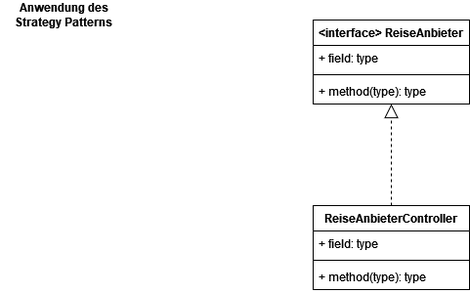
Before: src/org/hbrs/se1/ws22/uebung9/Uebung9-1.drawio.png, a diagram exported from draw.io (fitnesstino/WS22-SE1). Source tidied: cells renumbered, new cells last; positions are measured from the earlier drawing's top-left corner, leaving out a move shared by most shapes.
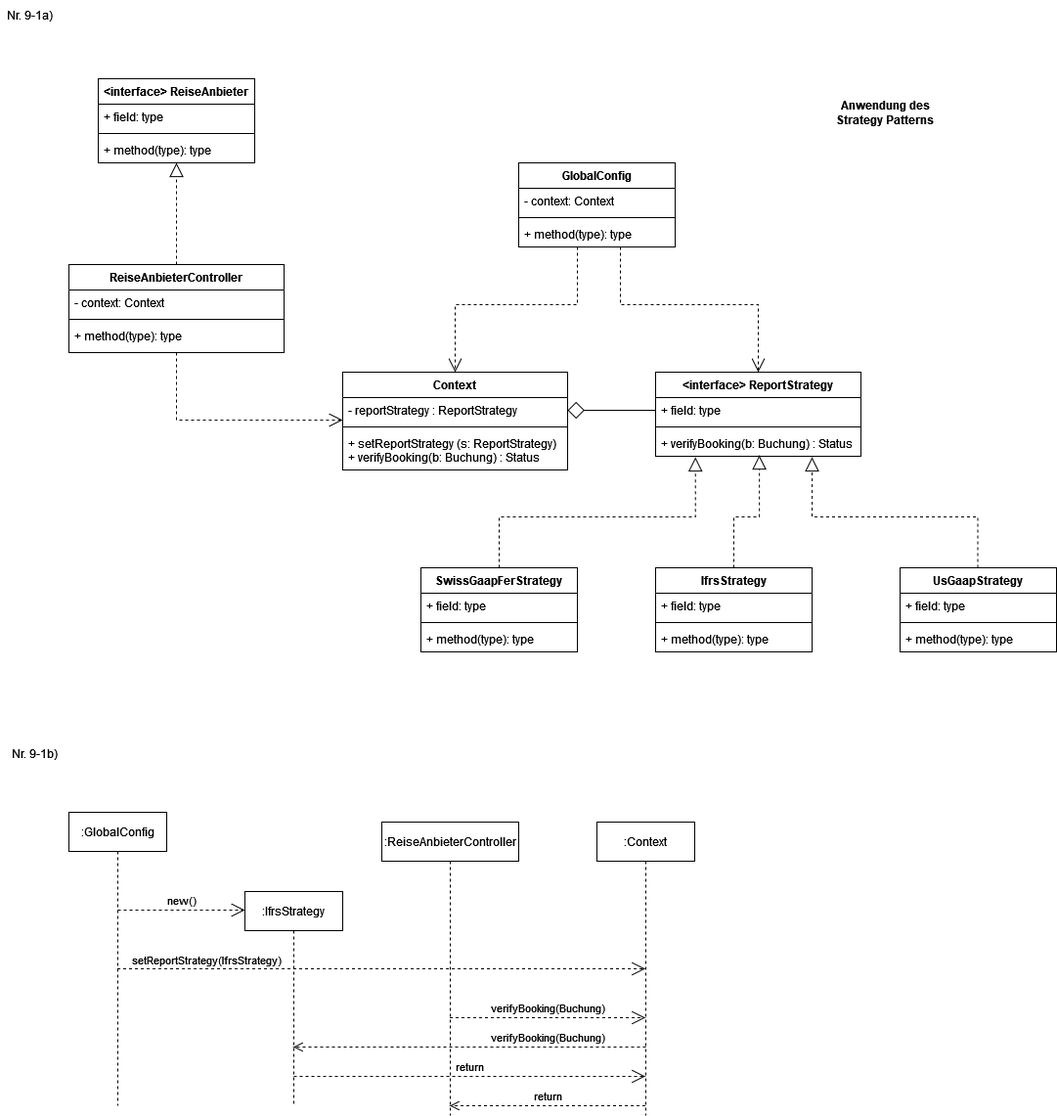
The same file after the commit.

What changed in the source:
```diff
@@ -3,10 +3,10 @@
     <mxCell id="0" />
     <mxCell id="1" parent="0" />
     <mxCell id="2" value="Anwendung des Strategy Patterns" style="text;html=1;strokeColor=none;fillColor=none;align=center;verticalAlign=middle;whiteSpace=wrap;rounded=0;fontStyle=1;" parent="1" vertex="1">
-      <mxGeometry width="130" height="30" as="geometry" />
+      <mxGeometry x="810" y="50" width="130" height="30" as="geometry" />
     </mxCell>
     <mxCell id="3" value="&lt;interface&gt; ReiseAnbieter" style="swimlane;fontStyle=1;align=center;verticalAlign=top;horizontal=1;startSize=26;" parent="1" vertex="1">
-      <mxGeometry x="320" y="20" width="160" height="86" as="geometry" />
+      <mxGeometry x="70" y="30" width="160" height="86" as="geometry" />
     </mxCell>
     <mxCell id="4" value="+ field: type" style="text;strokeColor=none;fillColor=none;align=left;verticalAlign=top;spacingLeft=4;spacingRight=4;overflow=hidden;" parent="3" vertex="1">
       <mxGeometry y="26" width="160" height="26" as="geometry" />
@@ -17,20 +17,190 @@
     <mxCell id="6" value="+ method(type): type" style="text;strokeColor=none;fillColor=none;align=left;verticalAlign=top;spacingLeft=4;spacingRight=4;overflow=hidden;" parent="3" vertex="1">
       <mxGeometry y="60" width="160" height="26" as="geometry" />
     </mxCell>
-    <mxCell id="7" style="edgeStyle=orthogonalEdgeStyle;rounded=0;jettySize=auto;html=1;entryX=0.5;entryY=1;entryDx=0;entryDy=0;dashed=1;endArrow=block;endFill=0;endSize=12;" parent="1" edge="1" source="8" target="3">
-      <mxGeometry relative="1" as="geometry" />
+    <mxCell id="7" style="edgeStyle=orthogonalEdgeStyle;rounded=0;jettySize=auto;html=1;entryX=0.5;entryY=1;entryDx=0;entryDy=0;dashed=1;endArrow=block;endFill=0;endSize=12;" parent="1" edge="1" target="3">
+      <mxGeometry relative="1" as="geometry">
+        <mxPoint x="150" y="220" as="sourcePoint" />
+      </mxGeometry>
     </mxCell>
-    <mxCell id="8" value="ReiseAnbieterController" style="swimlane;fontStyle=1;align=center;verticalAlign=top;horizontal=1;startSize=26;" parent="1" vertex="1">
-      <mxGeometry x="320" y="210" width="160" height="86" as="geometry" />
+    <mxCell id="8" value="Context" style="swimlane;fontStyle=1;align=center;verticalAlign=top;horizontal=1;startSize=26;" parent="1" vertex="1">
+      <mxGeometry x="320" y="330" width="230" height="100" as="geometry" />
     </mxCell>
-    <mxCell id="9" value="+ field: type" style="text;strokeColor=none;fillColor=none;align=left;verticalAlign=top;spacingLeft=4;spacingRight=4;overflow=hidden;points=[[0,0.5],[1,0.5]];portConstraint=eastwest;" parent="8" vertex="1">
-      <mxGeometry y="26" width="160" height="26" as="geometry" />
+    <mxCell id="9" value="- reportStrategy : ReportStrategy" style="text;strokeColor=none;fillColor=none;align=left;verticalAlign=top;spacingLeft=4;spacingRight=4;overflow=hidden;points=[[0,0.5],[1,0.5]];portConstraint=eastwest;" parent="8" vertex="1">
+      <mxGeometry y="26" width="230" height="26" as="geometry" />
     </mxCell>
     <mxCell id="10" style="line;strokeWidth=1;fillColor=none;align=left;verticalAlign=middle;spacingTop=-1;spacingLeft=3;spacingRight=3;labelPosition=right;strokeColor=inherit;" parent="8" vertex="1">
-      <mxGeometry y="52" width="160" height="8" as="geometry" />
+      <mxGeometry y="52" width="230" height="8" as="geometry" />
     </mxCell>
-    <mxCell id="11" value="+ method(type): type" style="text;strokeColor=none;fillColor=none;align=left;verticalAlign=top;spacingLeft=4;spacingRight=4;overflow=hidden;" parent="8" vertex="1">
-      <mxGeometry y="60" width="160" height="26" as="geometry" />
+    <mxCell id="11" value="+ setReportStrategy (s: ReportStrategy)&#10;+ verifyBooking(b: Buchung) : Status" style="text;strokeColor=none;fillColor=none;align=left;verticalAlign=top;spacingLeft=4;spacingRight=4;overflow=hidden;" parent="8" vertex="1">
+      <mxGeometry y="60" width="230" height="40" as="geometry" />
     </mxCell>
+    <mxCell id="12" value="&lt;interface&gt; ReportStrategy" style="swimlane;fontStyle=1;align=center;verticalAlign=top;horizontal=1;startSize=26;" parent="1" vertex="1">
+      <mxGeometry x="640" y="330" width="210" height="86" as="geometry" />
+    </mxCell>
+    <mxCell id="13" value="+ field: type" style="text;strokeColor=none;fillColor=none;align=left;verticalAlign=top;spacingLeft=4;spacingRight=4;overflow=hidden;points=[[0,0.5],[1,0.5]];portConstraint=eastwest;" parent="12" vertex="1">
+      <mxGeometry y="26" width="210" height="26" as="geometry" />
+    </mxCell>
+    <mxCell id="14" style="line;strokeWidth=1;fillColor=none;align=left;verticalAlign=middle;spacingTop=-1;spacingLeft=3;spacingRight=3;labelPosition=right;strokeColor=inherit;" parent="12" vertex="1">
+      <mxGeometry y="52" width="210" height="8" as="geometry" />
+    </mxCell>
+    <mxCell id="15" value="+ verifyBooking(b: Buchung) : Status" style="text;strokeColor=none;fillColor=none;align=left;verticalAlign=top;spacingLeft=4;spacingRight=4;overflow=hidden;points=[[0,0.5],[1,0.5]];portConstraint=eastwest;" parent="12" vertex="1">
+      <mxGeometry y="60" width="210" height="26" as="geometry" />
+    </mxCell>
+    <mxCell id="16" value="SwissGaapFerStrategy" style="swimlane;fontStyle=1;align=center;verticalAlign=top;horizontal=1;startSize=26;" parent="1" vertex="1">
+      <mxGeometry x="400" y="530" width="160" height="86" as="geometry" />
+    </mxCell>
+    <mxCell id="17" value="+ field: type" style="text;strokeColor=none;fillColor=none;align=left;verticalAlign=top;spacingLeft=4;spacingRight=4;overflow=hidden;" parent="16" vertex="1">
+      <mxGeometry y="26" width="160" height="26" as="geometry" />
+    </mxCell>
+    <mxCell id="18" style="line;strokeWidth=1;fillColor=none;align=left;verticalAlign=middle;spacingTop=-1;spacingLeft=3;spacingRight=3;labelPosition=right;strokeColor=inherit;" parent="16" vertex="1">
+      <mxGeometry y="52" width="160" height="8" as="geometry" />
+    </mxCell>
+    <mxCell id="19" value="+ method(type): type" style="text;strokeColor=none;fillColor=none;align=left;verticalAlign=top;spacingLeft=4;spacingRight=4;overflow=hidden;" parent="16" vertex="1">
+      <mxGeometry y="60" width="160" height="26" as="geometry" />
+    </mxCell>
+    <mxCell id="20" value="IfrsStrategy" style="swimlane;fontStyle=1;align=center;verticalAlign=top;horizontal=1;startSize=26;" parent="1" vertex="1">
+      <mxGeometry x="640" y="530" width="160" height="86" as="geometry" />
+    </mxCell>
+    <mxCell id="21" value="+ field: type" style="text;strokeColor=none;fillColor=none;align=left;verticalAlign=top;spacingLeft=4;spacingRight=4;overflow=hidden;" parent="20" vertex="1">
+      <mxGeometry y="26" width="160" height="26" as="geometry" />
+    </mxCell>
+    <mxCell id="22" style="line;strokeWidth=1;fillColor=none;align=left;verticalAlign=middle;spacingTop=-1;spacingLeft=3;spacingRight=3;labelPosition=right;strokeColor=inherit;" parent="20" vertex="1">
+      <mxGeometry y="52" width="160" height="8" as="geometry" />
+    </mxCell>
+    <mxCell id="23" value="+ method(type): type" style="text;strokeColor=none;fillColor=none;align=left;verticalAlign=top;spacingLeft=4;spacingRight=4;overflow=hidden;" parent="20" vertex="1">
+      <mxGeometry y="60" width="160" height="26" as="geometry" />
+    </mxCell>
+    <mxCell id="24" value="UsGaapStrategy" style="swimlane;fontStyle=1;align=center;verticalAlign=top;horizontal=1;startSize=26;" parent="1" vertex="1">
+      <mxGeometry x="890" y="530" width="160" height="86" as="geometry" />
+    </mxCell>
+    <mxCell id="25" value="+ field: type" style="text;strokeColor=none;fillColor=none;align=left;verticalAlign=top;spacingLeft=4;spacingRight=4;overflow=hidden;" parent="24" vertex="1">
+      <mxGeometry y="26" width="160" height="26" as="geometry" />
+    </mxCell>
+    <mxCell id="26" style="line;strokeWidth=1;fillColor=none;align=left;verticalAlign=middle;spacingTop=-1;spacingLeft=3;spacingRight=3;labelPosition=right;strokeColor=inherit;" parent="24" vertex="1">
+      <mxGeometry y="52" width="160" height="8" as="geometry" />
+    </mxCell>
+    <mxCell id="27" value="+ method(type): type" style="text;strokeColor=none;fillColor=none;align=left;verticalAlign=top;spacingLeft=4;spacingRight=4;overflow=hidden;" parent="24" vertex="1">
+      <mxGeometry y="60" width="160" height="26" as="geometry" />
+    </mxCell>
+    <mxCell id="28" style="edgeStyle=orthogonalEdgeStyle;rounded=0;jettySize=auto;html=1;entryX=0.505;entryY=0.962;entryDx=0;entryDy=0;dashed=1;endArrow=block;endFill=0;endSize=12;exitX=0.5;exitY=0;exitDx=0;exitDy=0;entryPerimeter=0;" parent="1" edge="1" source="20" target="15">
+      <mxGeometry x="0.06" y="-20" relative="1" as="geometry">
+        <mxPoint x="1" y="1" as="offset" />
+      </mxGeometry>
+    </mxCell>
+    <mxCell id="29" style="edgeStyle=orthogonalEdgeStyle;rounded=0;jettySize=auto;html=1;entryX=0.194;entryY=1.038;entryDx=0;entryDy=0;dashed=1;endArrow=block;endFill=0;endSize=12;entryPerimeter=0;exitX=0.5;exitY=0;exitDx=0;exitDy=0;" parent="1" edge="1" source="16" target="15">
+      <mxGeometry relative="1" as="geometry" />
+    </mxCell>
+    <mxCell id="30" style="edgeStyle=orthogonalEdgeStyle;rounded=0;jettySize=auto;html=1;dashed=1;endArrow=block;endFill=0;endSize=12;entryX=0.762;entryY=1.038;entryDx=0;entryDy=0;entryPerimeter=0;" parent="1" edge="1" target="15">
+      <mxGeometry relative="1" as="geometry">
+        <mxPoint x="969.5" y="530" as="sourcePoint" />
+      </mxGeometry>
+    </mxCell>
+    <mxCell id="31" style="endArrow=none;html=1;rounded=0;entryX=0;entryY=0.5;entryDx=0;entryDy=0;exitX=1;exitY=0.5;exitDx=0;exitDy=0;startArrow=diamond;startFill=0;endSize=12;startSize=15;" parent="1" edge="1" source="9" target="13">
+      <mxGeometry relative="1" as="geometry" />
+    </mxCell>
+    <mxCell id="32" style="edgeStyle=orthogonalEdgeStyle;rounded=0;jettySize=auto;html=1;entryX=0;entryY=0.885;entryDx=0;entryDy=0;entryPerimeter=0;startArrow=none;startFill=0;startSize=15;endSize=12;endArrow=open;endFill=0;dashed=1;" parent="1" edge="1" source="33" target="9">
+      <mxGeometry relative="1" as="geometry" />
+    </mxCell>
+    <mxCell id="33" value="ReiseAnbieterController" style="swimlane;fontStyle=1;align=center;verticalAlign=top;horizontal=1;startSize=26;" parent="1" vertex="1">
+      <mxGeometry x="40" y="220" width="220" height="90" as="geometry" />
+    </mxCell>
+    <mxCell id="34" value="- context: Context" style="text;strokeColor=none;fillColor=none;align=left;verticalAlign=top;spacingLeft=4;spacingRight=4;overflow=hidden;" parent="33" vertex="1">
+      <mxGeometry y="26" width="220" height="26" as="geometry" />
+    </mxCell>
+    <mxCell id="35" style="line;strokeWidth=1;fillColor=none;align=left;verticalAlign=middle;spacingTop=-1;spacingLeft=3;spacingRight=3;labelPosition=right;strokeColor=inherit;" parent="33" vertex="1">
+      <mxGeometry y="52" width="220" height="8" as="geometry" />
+    </mxCell>
+    <mxCell id="36" value="+ method(type): type" style="text;strokeColor=none;fillColor=none;align=left;verticalAlign=top;spacingLeft=4;spacingRight=4;overflow=hidden;" parent="33" vertex="1">
+      <mxGeometry y="60" width="220" height="30" as="geometry" />
+    </mxCell>
+    <mxCell id="37" style="edgeStyle=orthogonalEdgeStyle;rounded=0;jettySize=auto;html=1;entryX=0.5;entryY=0;entryDx=0;entryDy=0;dashed=1;startArrow=none;startFill=0;endArrow=open;endFill=0;startSize=15;endSize=12;" parent="1" edge="1" source="38" target="8">
+      <mxGeometry relative="1" as="geometry">
+        <Array as="points">
+          <mxPoint x="560" y="261" />
+          <mxPoint x="435" y="261" />
+        </Array>
+      </mxGeometry>
+    </mxCell>
+    <mxCell id="38" value="GlobalConfig" style="swimlane;fontStyle=1;align=center;verticalAlign=top;horizontal=1;startSize=26;" parent="1" vertex="1">
+      <mxGeometry x="500" y="116" width="160" height="86" as="geometry" />
+    </mxCell>
+    <mxCell id="39" value="- context: Context" style="text;strokeColor=none;fillColor=none;align=left;verticalAlign=top;spacingLeft=4;spacingRight=4;overflow=hidden;" parent="38" vertex="1">
+      <mxGeometry y="26" width="160" height="26" as="geometry" />
+    </mxCell>
+    <mxCell id="40" style="line;strokeWidth=1;fillColor=none;align=left;verticalAlign=middle;spacingTop=-1;spacingLeft=3;spacingRight=3;labelPosition=right;strokeColor=inherit;" parent="38" vertex="1">
+      <mxGeometry y="52" width="160" height="8" as="geometry" />
+    </mxCell>
+    <mxCell id="41" value="+ method(type): type" style="text;strokeColor=none;fillColor=none;align=left;verticalAlign=top;spacingLeft=4;spacingRight=4;overflow=hidden;points=[[0,0.5],[1,0.5]];portConstraint=eastwest;" parent="38" vertex="1">
+      <mxGeometry y="60" width="160" height="26" as="geometry" />
+    </mxCell>
+    <mxCell id="42" value="Nr. 9-1a)" style="text;html=1;strokeColor=none;fillColor=none;align=center;verticalAlign=middle;whiteSpace=wrap;rounded=0;" parent="1" vertex="1">
+      <mxGeometry x="-30" y="-50" width="60" height="30" as="geometry" />
+    </mxCell>
+    <mxCell id="43" value="Nr. 9-1b)" style="text;whiteSpace=wrap;html=1;" parent="1" vertex="1">
+      <mxGeometry x="-20" y="707" width="80" height="40" as="geometry" />
+    </mxCell>
+    <mxCell id="44" value=":GlobalConfig" style="shape=umlLifeline;perimeter=lifelinePerimeter;whiteSpace=wrap;html=1;outlineConnect=0;" parent="1" vertex="1">
+      <mxGeometry x="40" y="780" width="100" height="300" as="geometry" />
+    </mxCell>
+    <mxCell id="45" value="new()" style="html=1;verticalAlign=bottom;endArrow=open;rounded=0;dashed=1;startSize=15;endSize=12;endFill=0;" parent="44" edge="1">
+      <mxGeometry relative="1" as="geometry">
+        <mxPoint x="50" y="100" as="sourcePoint" />
+        <mxPoint x="180" y="100" as="targetPoint" />
+      </mxGeometry>
+    </mxCell>
+    <mxCell id="46" value=":Context" style="shape=umlLifeline;perimeter=lifelinePerimeter;whiteSpace=wrap;html=1;outlineConnect=0;" parent="1" vertex="1">
+      <mxGeometry x="580" y="790" width="100" height="300" as="geometry" />
+    </mxCell>
+    <mxCell id="47" value="verifyBooking(Buchung)" style="html=1;verticalAlign=bottom;endArrow=open;dashed=1;endSize=8;rounded=0;" parent="46" edge="1" target="49">
+      <mxGeometry x="-0.45" relative="1" as="geometry">
+        <mxPoint x="50" y="230" as="sourcePoint" />
+        <Array as="points">
+          <mxPoint x="-89.5" y="230" />
+        </Array>
+      </mxGeometry>
+    </mxCell>
+    <mxCell id="48" style="edgeStyle=orthogonalEdgeStyle;rounded=0;jettySize=auto;html=1;entryX=0.5;entryY=0;entryDx=0;entryDy=0;dashed=1;startArrow=none;startFill=0;endArrow=open;endFill=0;startSize=15;endSize=12;exitX=0.65;exitY=1;exitDx=0;exitDy=0;exitPerimeter=0;" parent="1" edge="1" source="41" target="12">
+      <mxGeometry relative="1" as="geometry" />
+    </mxCell>
+    <mxCell id="49" value=":IfrsStrategy" style="shape=umlLifeline;perimeter=lifelinePerimeter;whiteSpace=wrap;html=1;outlineConnect=0;" parent="1" vertex="1">
+      <mxGeometry x="220" y="861" width="100" height="219" as="geometry" />
+    </mxCell>
+    <mxCell id="50" value=":ReiseAnbieterController" style="shape=umlLifeline;perimeter=lifelinePerimeter;whiteSpace=wrap;html=1;outlineConnect=0;" parent="1" vertex="1">
+      <mxGeometry x="360" y="790" width="140" height="300" as="geometry" />
+    </mxCell>
+    <mxCell id="51" value="return" style="html=1;verticalAlign=bottom;endArrow=open;rounded=0;dashed=1;startSize=15;endSize=12;endFill=0;" parent="50" edge="1" target="46">
+      <mxGeometry relative="1" as="geometry">
+        <mxPoint x="-90" y="260" as="sourcePoint" />
+        <Array as="points">
+          <mxPoint x="80.5" y="260" />
+        </Array>
+      </mxGeometry>
+    </mxCell>
+    <mxCell id="52" value="&lt;div&gt;&lt;br&gt;&lt;/div&gt;" style="html=1;verticalAlign=bottom;endArrow=open;rounded=0;dashed=1;startSize=15;endSize=12;endFill=0;" parent="1" edge="1" source="44" target="46">
+      <mxGeometry relative="1" as="geometry">
+        <Array as="points">
+          <mxPoint x="360" y="940" />
+        </Array>
+      </mxGeometry>
+    </mxCell>
+    <mxCell id="53" value="setReportStrategy(IfrsStrategy)" style="text;html=1;align=center;verticalAlign=middle;strokeColor=none;fillColor=none;fontSize=11;" parent="1" vertex="1">
+      <mxGeometry x="91" y="916" width="180" height="30" as="geometry" />
+    </mxCell>
+    <mxCell id="54" value="verifyBooking(Buchung)" style="html=1;verticalAlign=bottom;endArrow=open;rounded=0;dashed=1;startSize=15;endSize=12;endFill=0;" parent="1" edge="1" source="50" target="46">
+      <mxGeometry relative="1" as="geometry">
+        <Array as="points">
+          <mxPoint x="600" y="990" />
+        </Array>
+      </mxGeometry>
+    </mxCell>
+    <mxCell id="55" value="return" style="html=1;verticalAlign=bottom;endArrow=open;dashed=1;endSize=8;rounded=0;" parent="1" edge="1" source="46" target="50">
+      <mxGeometry relative="1" as="geometry">
+        <Array as="points">
+          <mxPoint x="620" y="1080" />
+          <mxPoint x="530" y="1080" />
+          <mxPoint x="460" y="1080" />
+        </Array>
+      </mxGeometry>
+    </mxCell>
   </root>
 </mxGraphModel>
```
